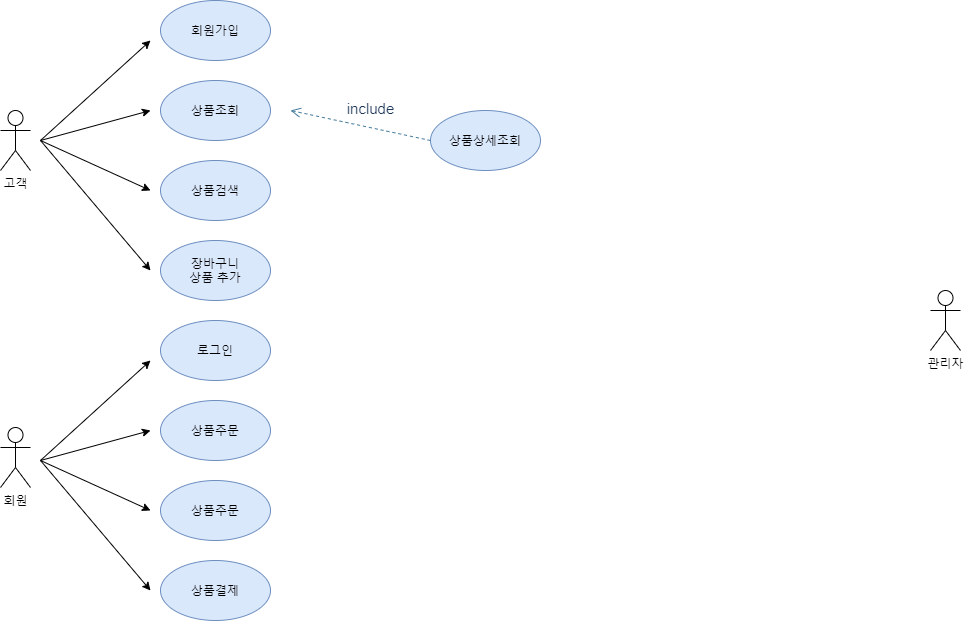
Above: Actor Diagram.png in osiris0607/Project (draw.io), before the change. Source tidied: cells renumbered, new cells last; positions are measured from the earlier drawing's top-left corner, leaving out a move shared by most shapes.
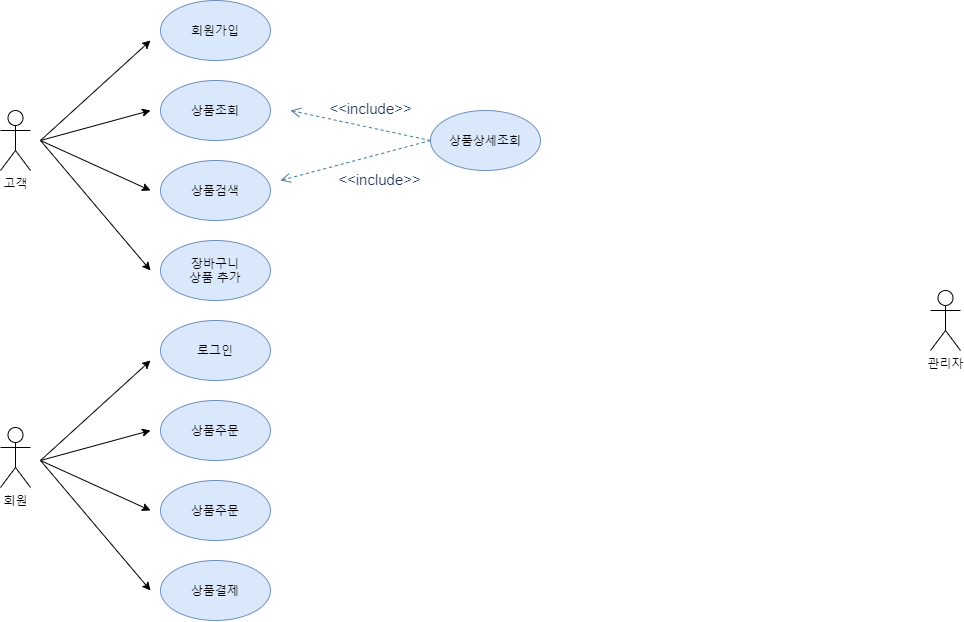
Above is the later version.

The edit, as a diff of the source:
```diff
@@ -86,10 +86,17 @@
     <mxCell id="21" value="상품상세조회" style="ellipse;whiteSpace=wrap;html=1;fillColor=#dae8fc;strokeColor=#6c8ebf;" parent="1" vertex="1">
       <mxGeometry x="430" y="110" width="110" height="60" as="geometry" />
     </mxCell>
-    <mxCell id="22" value="&lt;font style=&quot;font-size: 15px&quot;&gt;include&lt;/font&gt;" style="html=1;verticalAlign=bottom;endArrow=open;dashed=1;endSize=8;strokeColor=#457B9D;fillColor=#A8DADC;fontColor=#1D3557;exitX=0;exitY=0.5;exitDx=0;exitDy=0;" parent="1" edge="1" source="21">
+    <mxCell id="22" value="&lt;font style=&quot;font-size: 15px&quot;&gt;&amp;lt;&amp;lt;include&amp;gt;&amp;gt;&lt;/font&gt;" style="html=1;verticalAlign=bottom;endArrow=open;dashed=1;endSize=8;strokeColor=#457B9D;fillColor=#A8DADC;fontColor=#1D3557;exitX=0;exitY=0.5;exitDx=0;exitDy=0;" parent="1" edge="1" source="21">
       <mxGeometry x="-0.12" y="-7" relative="1" as="geometry">
         <mxPoint x="290" y="110" as="targetPoint" />
       </mxGeometry>
     </mxCell>
+    <mxCell id="23" value="&lt;font style=&quot;font-size: 15px&quot;&gt;&amp;lt;&amp;lt;include&amp;gt;&amp;gt;&lt;/font&gt;" style="html=1;verticalAlign=bottom;endArrow=open;dashed=1;endSize=8;strokeColor=#457B9D;fillColor=#A8DADC;fontColor=#1D3557;" parent="1" edge="1">
+      <mxGeometry x="-0.21" y="35" relative="1" as="geometry">
+        <mxPoint x="430" y="140" as="sourcePoint" />
+        <mxPoint x="280" y="180" as="targetPoint" />
+        <mxPoint y="1" as="offset" />
+      </mxGeometry>
+    </mxCell>
   </root>
 </mxGraphModel>
```
